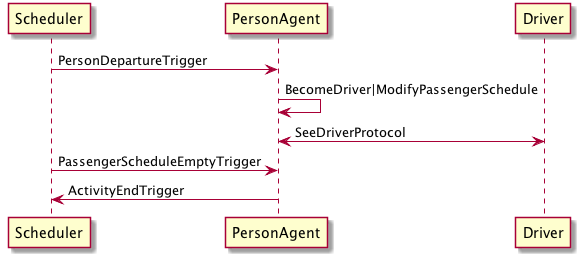
Earlier version of the PlantUML export docs/_static/uml/ProtocolTraveling.png (LBNL-UCB-STI/beam). The source it was exported from:
```plantuml
@startuml
Scheduler -> PersonAgent: PersonDepartureTrigger
PersonAgent -> PersonAgent: BecomeDriver|ModifyPassengerSchedule
PersonAgent <-> Driver:SeeDriverProtocol
Scheduler -> PersonAgent: PassengerScheduleEmptyTrigger
PersonAgent -> Scheduler: ActivityEndTrigger
@enduml
```
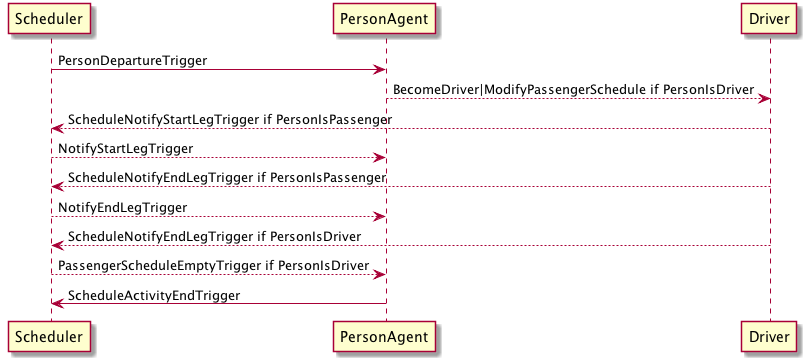
Above is the later version.

Diff of the diagram source:
```diff
@@ -1,7 +1,11 @@
 @startuml
 Scheduler -> PersonAgent: PersonDepartureTrigger
-PersonAgent -> PersonAgent: BecomeDriver|ModifyPassengerSchedule
-PersonAgent <-> Driver:SeeDriverProtocol
-Scheduler -> PersonAgent: PassengerScheduleEmptyTrigger
-PersonAgent -> Scheduler: ActivityEndTrigger
+PersonAgent --> Driver: BecomeDriver|ModifyPassengerSchedule if PersonIsDriver
+Driver --> Scheduler: ScheduleNotifyStartLegTrigger if PersonIsPassenger
+Scheduler --> PersonAgent: NotifyStartLegTrigger
+Driver --> Scheduler: ScheduleNotifyEndLegTrigger if PersonIsPassenger
+Scheduler --> PersonAgent: NotifyEndLegTrigger
+Driver --> Scheduler: ScheduleNotifyEndLegTrigger if PersonIsDriver
+Scheduler --> PersonAgent: PassengerScheduleEmptyTrigger if PersonIsDriver
+PersonAgent -> Scheduler: ScheduleActivityEndTrigger
 @enduml
```
